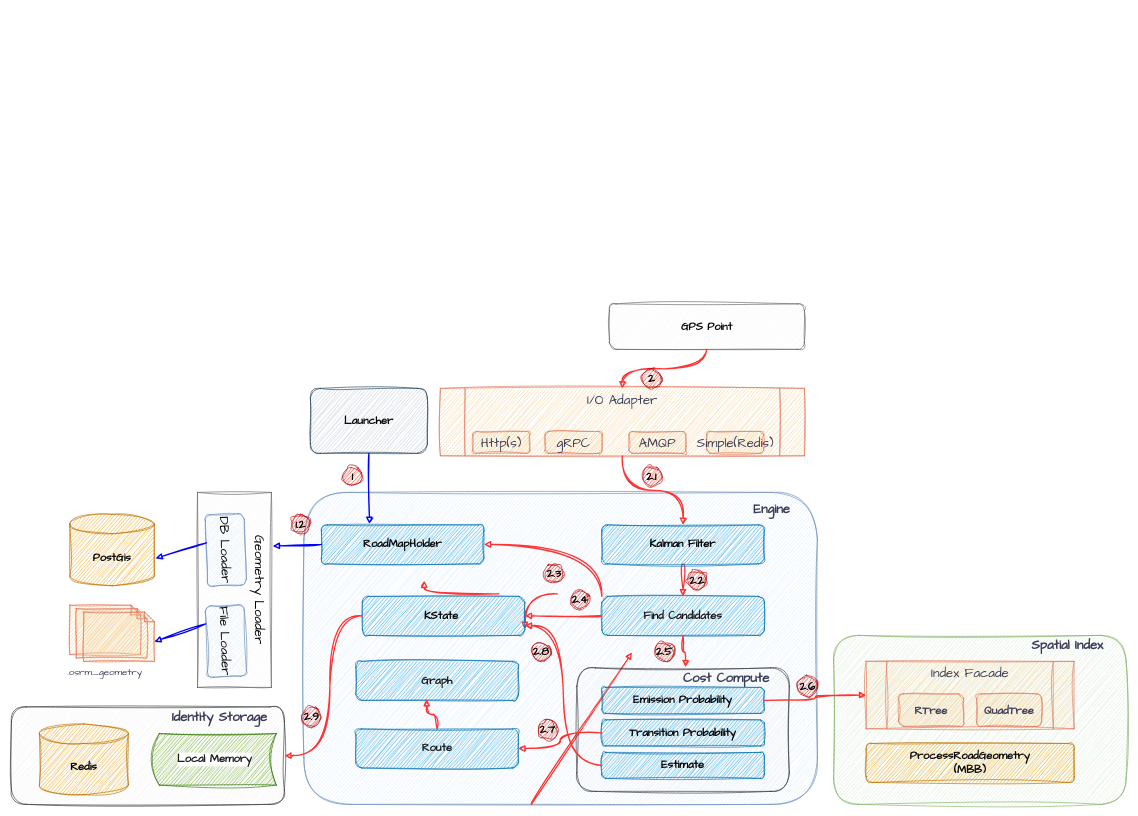
Above: page "map-tracing-design" (2 of 4) of MapTracer-Diagram.drawio in fenwuyaoji/learngit (draw.io), before the change. Source tidied: cells renumbered, new cells numbered last; positions are measured from the earlier drawing's top-left corner, leaving out a move shared by most shapes. Both pictures are drawn from the tidied source at 65%, with x=0, y=0 at pixel (11, 304).
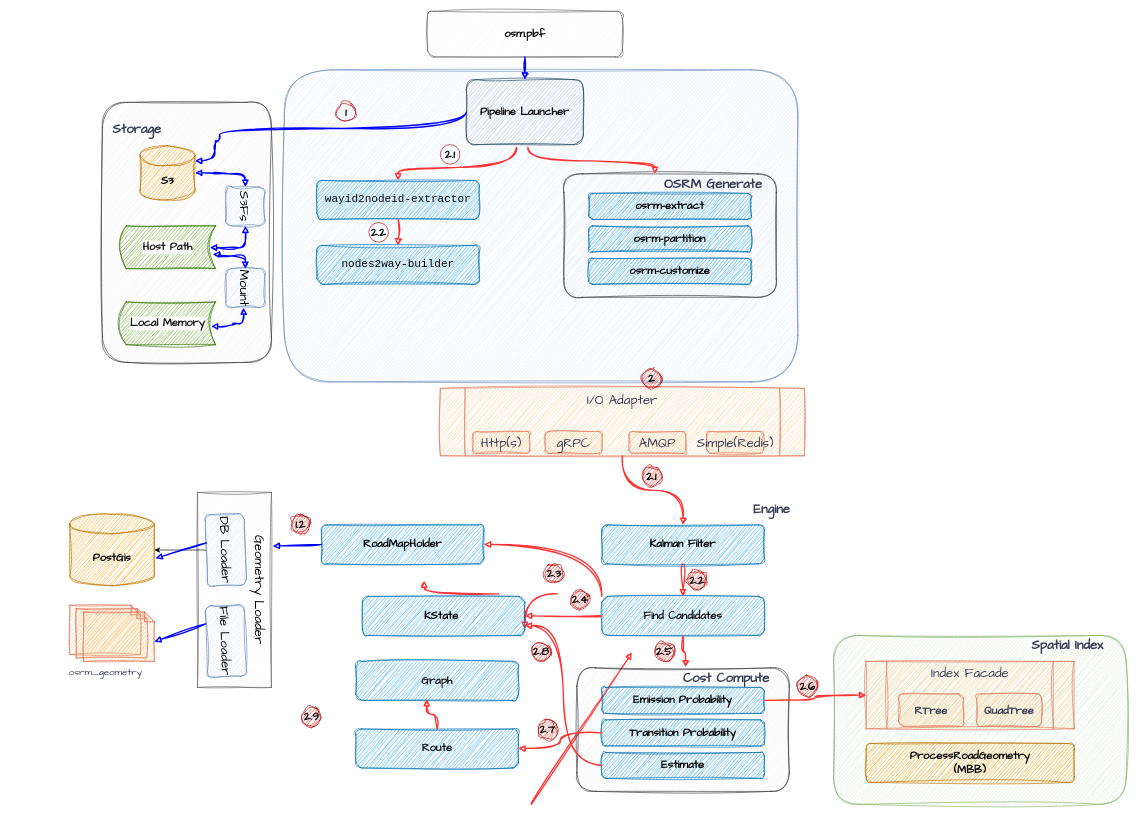
The same diagram, later.

The change refers to these unchanged cells:
```xml
<mxCell id="5" value="&lt;pre style=&quot;color: rgb(8, 8, 8); font-size: 17px;&quot;&gt;&lt;font style=&quot;font-size: 17px;&quot; face=&quot;Architects Daughter&quot;&gt;&lt;span style=&quot;font-size: 17px;&quot;&gt;RoadMapHolder&lt;/span&gt;&lt;/font&gt;&lt;/pre&gt;" style="rounded=1;whiteSpace=wrap;html=1;sketch=1;hachureGap=4;jiggle=2;curveFitting=1;strokeColor=#006EAF;fontFamily=Architects Daughter;fontSize=17;fontColor=#ffffff;fillColor=#1ba1e2;fontStyle=1;" parent="1" vertex="1">
  <mxGeometry x="477" y="340" width="250" height="60" as="geometry" />
</mxCell>
<mxCell id="18" value="I/O Adapter" style="shape=process;whiteSpace=wrap;html=1;backgroundOutline=1;sketch=1;hachureGap=4;jiggle=2;curveFitting=1;strokeColor=#E07A5F;fontFamily=Architects Daughter;fontSize=20;fontColor=#393C56;fillColor=#F2CC8F;verticalAlign=top;size=0.06779661016949153;" parent="17" vertex="1">
  <mxGeometry width="560" height="103.7" as="geometry" />
</mxCell>
<mxCell id="23" value="&lt;font style=&quot;font-size: 17px;&quot; face=&quot;Architects Daughter&quot;&gt;&lt;b&gt;PostGis&lt;/b&gt;&lt;/font&gt;" style="shape=cylinder3;whiteSpace=wrap;html=1;boundedLbl=1;backgroundOutline=1;size=15;sketch=1;curveFitting=1;jiggle=2;fillColor=#f0a30a;strokeColor=#BD7000;fontColor=#000000;" parent="1" vertex="1">
  <mxGeometry x="90" y="323.7" width="130" height="110" as="geometry" />
</mxCell>
<mxCell id="24" value="DB Loader" style="rounded=1;whiteSpace=wrap;html=1;sketch=1;hachureGap=4;jiggle=2;curveFitting=1;strokeColor=#6c8ebf;fontFamily=Architects Daughter;fontSize=20;fillColor=#dae8fc;horizontal=0;rotation=-182;" parent="1" vertex="1">
  <mxGeometry x="300" y="323.7" width="60" height="110" as="geometry" />
</mxCell>
<mxCell id="41" value="&lt;font color=&quot;#000000&quot;&gt;KState&amp;nbsp;&lt;/font&gt;" style="rounded=1;whiteSpace=wrap;html=1;sketch=1;hachureGap=4;jiggle=2;curveFitting=1;strokeColor=#006EAF;fontFamily=Architects Daughter;fontSize=17;fontColor=#ffffff;fillColor=#1ba1e2;fontStyle=1;" parent="1" vertex="1">
  <mxGeometry x="540" y="450" width="250" height="60" as="geometry" />
</mxCell>
```

The edit, as a diff of the source:
```diff
@@
+    <mxCell id="77" style="rounded=1;whiteSpace=wrap;html=1;sketch=1;curveFitting=1;jiggle=2;labelBackgroundColor=none;fillColor=#dae8fc;strokeColor=#6c8ebf;" parent="1" vertex="1">
+      <mxGeometry x="420" y="-360" width="790" height="480" as="geometry" />
+    </mxCell>
-    <mxCell id="2" value="&lt;div style=&quot;background-color: rgb(255, 255, 255); color: rgb(8, 8, 8); font-size: 17px;&quot;&gt;&lt;div style=&quot;font-size: 17px;&quot;&gt;GPS Point&lt;/div&gt;&lt;/div&gt;" style="rounded=1;whiteSpace=wrap;html=1;sketch=1;hachureGap=4;jiggle=2;curveFitting=1;fontFamily=Architects Daughter;fontSize=17;fontStyle=1;fillColor=#f5f5f5;fontColor=#333333;strokeColor=#666666;" parent="1" vertex="1">
-      <mxGeometry x="920" width="300" height="70" as="geometry" />
+    <mxCell id="2" value="&lt;div style=&quot;background-color: rgb(255, 255, 255); color: rgb(8, 8, 8); font-size: 17px;&quot;&gt;&lt;div style=&quot;font-size: 17px;&quot;&gt;osm.pbf&lt;/div&gt;&lt;/div&gt;" style="rounded=1;whiteSpace=wrap;html=1;sketch=1;hachureGap=4;jiggle=2;curveFitting=1;fontFamily=Architects Daughter;fontSize=17;fontStyle=1;fillColor=#f5f5f5;fontColor=#333333;strokeColor=#666666;" parent="1" vertex="1">
+      <mxGeometry x="640" y="-450" width="300" height="70" as="geometry" />
     </mxCell>
-    <mxCell id="3" style="rounded=1;whiteSpace=wrap;html=1;sketch=1;curveFitting=1;jiggle=2;labelBackgroundColor=none;fillColor=#dae8fc;strokeColor=#6c8ebf;" parent="1" vertex="1">
-      <mxGeometry x="450" y="290" width="790" height="480" as="geometry" />
-    </mxCell>
@@
-    <mxCell id="15" value="&lt;div style=&quot;color: rgb(8, 8, 8); font-size: 17px;&quot;&gt;&lt;div style=&quot;font-size: 17px;&quot;&gt;Launcher&lt;/div&gt;&lt;/div&gt;" style="rounded=1;whiteSpace=wrap;html=1;sketch=1;hachureGap=4;jiggle=2;curveFitting=1;strokeColor=#23445d;fontFamily=Architects Daughter;fontSize=17;fillColor=#bac8d3;fontStyle=1;" parent="1" vertex="1">
-      <mxGeometry x="460" y="130" width="180" height="100" as="geometry" />
+    <mxCell id="15" value="&lt;div style=&quot;color: rgb(8, 8, 8); font-size: 17px;&quot;&gt;&lt;div style=&quot;font-size: 17px;&quot;&gt;Pipeline Launcher&lt;/div&gt;&lt;/div&gt;" style="rounded=1;whiteSpace=wrap;html=1;sketch=1;hachureGap=4;jiggle=2;curveFitting=1;strokeColor=#23445d;fontFamily=Architects Daughter;fontSize=17;fillColor=#bac8d3;fontStyle=1;" parent="1" vertex="1">
+      <mxGeometry x="700" y="-345" width="180" height="100" as="geometry" />
     </mxCell>
@@
+    <mxCell id="78" style="edgeStyle=orthogonalEdgeStyle;rounded=0;jettySize=auto;html=1;" parent="1" edge="1" source="24" target="23">
+      <mxGeometry relative="1" as="geometry" />
+    </mxCell>
@@
-    <mxCell id="28" style="endArrow=block;html=1;rounded=1;strokeWidth=2;sketch=1;curveFitting=1;jiggle=2;labelBackgroundColor=none;strokeColor=#0000FF;fontColor=default;endFill=1;exitX=0.5;exitY=1;exitDx=0;exitDy=0;entryX=0.296;entryY=-0.025;entryDx=0;entryDy=0;entryPerimeter=0;" parent="1" edge="1" source="15" target="5">
-      <mxGeometry relative="1" as="geometry" />
-    </mxCell>
-    <mxCell id="29" value="&lt;font face=&quot;Architects Daughter&quot;&gt;1&lt;/font&gt;" style="ellipse;whiteSpace=wrap;html=1;sketch=1;curveFitting=1;jiggle=2;fillColor=#e51400;fontColor=#000000;strokeColor=#B20000;fontStyle=1;fontSize=18;" parent="1" vertex="1">
-      <mxGeometry x="510" y="250.2" width="30" height="30" as="geometry" />
+    <mxCell id="29" value="&lt;font face=&quot;Architects Daughter&quot;&gt;1&lt;/font&gt;" style="ellipse;whiteSpace=wrap;html=1;sketch=1;curveFitting=1;jiggle=2;fillColor=none;fontColor=#000000;strokeColor=#B20000;fontStyle=1;fontSize=18;" parent="1" vertex="1">
+      <mxGeometry x="500" y="-310" width="30" height="30" as="geometry" />
     </mxCell>
-    <mxCell id="30" style="endArrow=block;html=1;rounded=1;strokeWidth=2;sketch=1;curveFitting=1;jiggle=2;labelBackgroundColor=none;strokeColor=#FF3333;fontColor=default;endFill=1;edgeStyle=orthogonalEdgeStyle;curved=1;exitX=0.5;exitY=1;exitDx=0;exitDy=0;" parent="1" edge="1" source="2" target="18">
-      <mxGeometry relative="1" as="geometry" />
-    </mxCell>
@@
     <mxCell id="45" style="group;" parent="1" vertex="1">
-      <mxGeometry y="620" width="420" height="150" as="geometry" />
+      <mxGeometry x="140" y="-310" width="260" height="400" as="geometry" />
     </mxCell>
     <mxCell id="46" style="rounded=1;whiteSpace=wrap;html=1;sketch=1;curveFitting=1;jiggle=2;labelBackgroundColor=none;fillColor=#eeeeee;strokeColor=#36393d;" parent="45" vertex="1">
-      <mxGeometry width="420" height="150" as="geometry" />
+      <mxGeometry width="260" height="400" as="geometry" />
     </mxCell>
+    <mxCell id="79" value="Host Path" style="shape=dataStorage;whiteSpace=wrap;html=1;fixedSize=1;sketch=1;hachureGap=4;jiggle=2;curveFitting=1;strokeColor=#2D7600;fontFamily=Architects Daughter;fontSize=17;fontColor=#1A1A1A;fillColor=#60a917;fontStyle=1;labelBackgroundColor=default;size=10;" parent="45" vertex="1">
+      <mxGeometry x="26.7" y="190" width="147.3" height="65.8" as="geometry" />
+    </mxCell>
-    <mxCell id="47" value="&lt;b&gt;Identity Storage&lt;/b&gt;" style="text;html=1;strokeColor=none;fillColor=none;align=center;verticalAlign=middle;whiteSpace=wrap;rounded=0;fontSize=20;fontFamily=Architects Daughter;fontColor=#393C56;" parent="45" vertex="1">
-      <mxGeometry x="234.2" width="173.4" height="29.7" as="geometry" />
+    <mxCell id="47" value="&lt;b&gt;Storage&lt;/b&gt;" style="text;html=1;strokeColor=none;fillColor=none;align=center;verticalAlign=middle;whiteSpace=wrap;rounded=0;fontSize=20;fontFamily=Architects Daughter;fontColor=#393C56;" parent="45" vertex="1">
+      <mxGeometry width="107.4" height="79.2" as="geometry" />
     </mxCell>
-    <mxCell id="48" value="&lt;font style=&quot;font-size: 17px;&quot; face=&quot;Architects Daughter&quot;&gt;&lt;b&gt;Redis&lt;/b&gt;&lt;/font&gt;" style="shape=cylinder3;whiteSpace=wrap;html=1;boundedLbl=1;backgroundOutline=1;size=15;sketch=1;curveFitting=1;jiggle=2;fillColor=#f0a30a;strokeColor=#BD7000;fontColor=#000000;" parent="45" vertex="1">
-      <mxGeometry x="43.2" y="26.3" width="136.8" height="108.8" as="geometry" />
+    <mxCell id="48" value="&lt;font style=&quot;font-size: 17px;&quot; face=&quot;Architects Daughter&quot;&gt;&lt;b&gt;S3&lt;/b&gt;&lt;/font&gt;" style="shape=cylinder3;whiteSpace=wrap;html=1;boundedLbl=1;backgroundOutline=1;size=15;sketch=1;curveFitting=1;jiggle=2;fillColor=#f0a30a;strokeColor=#BD7000;fontColor=#000000;" parent="45" vertex="1">
+      <mxGeometry x="58" y="66.7" width="84.7" height="83.3" as="geometry" />
     </mxCell>
     <mxCell id="49" value="Local Memory" style="shape=dataStorage;whiteSpace=wrap;html=1;fixedSize=1;sketch=1;hachureGap=4;jiggle=2;curveFitting=1;strokeColor=#2D7600;fontFamily=Architects Daughter;fontSize=17;fontColor=#1A1A1A;fillColor=#60a917;fontStyle=1;labelBackgroundColor=default;size=10;" parent="45" vertex="1">
-      <mxGeometry x="217.6" y="41.1" width="190" height="79.3" as="geometry" />
+      <mxGeometry x="26.7" y="307" width="147.3" height="65.8" as="geometry" />
     </mxCell>
+    <mxCell id="80" value="S3Fs" style="rounded=1;whiteSpace=wrap;html=1;sketch=1;hachureGap=4;jiggle=2;curveFitting=1;strokeColor=#6c8ebf;fontFamily=Architects Daughter;fontSize=20;fillColor=#dae8fc;horizontal=0;rotation=-180;" parent="45" vertex="1">
+      <mxGeometry x="190" y="130" width="60" height="60" as="geometry" />
+    </mxCell>
+    <mxCell id="81" style="endArrow=block;html=1;rounded=1;strokeWidth=2;sketch=1;curveFitting=1;jiggle=2;labelBackgroundColor=none;strokeColor=#0000ff;fontColor=default;endFill=1;edgeStyle=orthogonalEdgeStyle;curved=1;exitX=1;exitY=0.5;exitDx=0;exitDy=0;exitPerimeter=0;anchorPointDirection=1;startArrow=block;startFill=1;entryX=0.5;entryY=1;entryDx=0;entryDy=0;" parent="45" edge="1" source="48" target="80">
+      <mxGeometry relative="1" as="geometry">
+        <Array as="points">
+          <mxPoint x="170" y="108" />
+          <mxPoint x="170" y="110" />
+          <mxPoint x="220" y="110" />
+        </Array>
+      </mxGeometry>
+    </mxCell>
+    <mxCell id="82" style="endArrow=block;html=1;rounded=1;strokeWidth=2;sketch=1;curveFitting=1;jiggle=2;labelBackgroundColor=none;strokeColor=#0000ff;fontColor=default;endFill=1;edgeStyle=orthogonalEdgeStyle;curved=1;exitX=0.942;exitY=0.509;exitDx=0;exitDy=0;exitPerimeter=0;anchorPointDirection=1;startArrow=block;startFill=1;entryX=0.5;entryY=0;entryDx=0;entryDy=0;" parent="45" edge="1" source="79" target="80">
+      <mxGeometry relative="1" as="geometry">
+        <Array as="points">
+          <mxPoint x="200" y="224" />
+          <mxPoint x="220" y="224" />
+        </Array>
+      </mxGeometry>
+    </mxCell>
+    <mxCell id="83" style="endArrow=block;html=1;rounded=1;strokeWidth=2;sketch=1;curveFitting=1;jiggle=2;labelBackgroundColor=none;strokeColor=#0000ff;fontColor=default;endFill=1;edgeStyle=orthogonalEdgeStyle;curved=1;exitX=0;exitY=0.5;exitDx=0;exitDy=0;" parent="45" edge="1" source="15">
+      <mxGeometry relative="1" as="geometry">
+        <mxPoint x="142.7" y="90" as="targetPoint" />
+        <Array as="points">
+          <mxPoint x="560" y="40" />
+          <mxPoint x="180" y="40" />
+          <mxPoint x="180" y="60" />
+          <mxPoint x="173" y="60" />
+          <mxPoint x="173" y="90" />
+        </Array>
+      </mxGeometry>
+    </mxCell>
+    <mxCell id="84" value="Mount" style="rounded=1;whiteSpace=wrap;html=1;sketch=1;hachureGap=4;jiggle=2;curveFitting=1;strokeColor=#6c8ebf;fontFamily=Architects Daughter;fontSize=20;fillColor=#dae8fc;horizontal=0;rotation=-180;" parent="45" vertex="1">
+      <mxGeometry x="190" y="255.8" width="60" height="60" as="geometry" />
+    </mxCell>
+    <mxCell id="85" style="endArrow=block;html=1;rounded=1;strokeWidth=2;sketch=1;curveFitting=1;jiggle=2;labelBackgroundColor=none;strokeColor=#0000ff;fontColor=default;endFill=1;edgeStyle=orthogonalEdgeStyle;curved=1;exitX=1;exitY=0.5;exitDx=0;exitDy=0;exitPerimeter=0;anchorPointDirection=1;startArrow=block;startFill=1;entryX=0.5;entryY=1;entryDx=0;entryDy=0;" parent="45" edge="1" target="84">
+      <mxGeometry relative="1" as="geometry">
+        <mxPoint x="170" y="233.8" as="sourcePoint" />
+        <Array as="points">
+          <mxPoint x="180" y="234" />
+          <mxPoint x="180" y="236" />
+          <mxPoint x="220" y="236" />
+        </Array>
+      </mxGeometry>
+    </mxCell>
+    <mxCell id="86" style="endArrow=block;html=1;rounded=1;strokeWidth=2;sketch=1;curveFitting=1;jiggle=2;labelBackgroundColor=none;strokeColor=#0000ff;fontColor=default;endFill=1;edgeStyle=orthogonalEdgeStyle;curved=1;anchorPointDirection=1;startArrow=block;startFill=1;entryX=0.543;entryY=-0.031;entryDx=0;entryDy=0;entryPerimeter=0;exitX=0.954;exitY=0.574;exitDx=0;exitDy=0;exitPerimeter=0;" parent="45" edge="1" source="49">
+      <mxGeometry relative="1" as="geometry">
+        <mxPoint x="217.4" y="315.8" as="targetPoint" />
+        <Array as="points">
+          <mxPoint x="200" y="345" />
+          <mxPoint x="200" y="340" />
+          <mxPoint x="217" y="340" />
+        </Array>
+      </mxGeometry>
+    </mxCell>
@@
-    <mxCell id="56" style="endArrow=block;html=1;rounded=1;strokeWidth=2;sketch=1;curveFitting=1;jiggle=2;labelBackgroundColor=none;strokeColor=#FF3333;fontColor=default;endFill=1;edgeStyle=orthogonalEdgeStyle;curved=1;exitX=0;exitY=0.5;exitDx=0;exitDy=0;entryX=1;entryY=0.5;entryDx=0;entryDy=0;" parent="1" edge="1" source="41" target="46">
-      <mxGeometry relative="1" as="geometry">
-        <Array as="points">
-          <mxPoint x="490" y="480" />
-          <mxPoint x="490" y="695" />
-        </Array>
-      </mxGeometry>
-    </mxCell>
@@
+    <mxCell id="87" style="endArrow=block;html=1;rounded=1;strokeWidth=2;sketch=1;curveFitting=1;jiggle=2;labelBackgroundColor=none;strokeColor=#0000FF;fontColor=default;endFill=1;entryX=0.5;entryY=0;entryDx=0;entryDy=0;" parent="1" edge="1" source="2" target="15">
+      <mxGeometry relative="1" as="geometry" />
+    </mxCell>
+    <mxCell id="88" value="&lt;pre style=&quot;color: rgb(8, 8, 8); font-size: 17px;&quot;&gt;&lt;span style=&quot;font-weight: normal;&quot;&gt;wayid2nodeid-extractor&lt;/span&gt;&lt;br&gt;&lt;/pre&gt;" style="rounded=1;whiteSpace=wrap;html=1;sketch=1;hachureGap=4;jiggle=2;curveFitting=1;strokeColor=#006EAF;fontFamily=Architects Daughter;fontSize=17;fontColor=#ffffff;fillColor=#1ba1e2;fontStyle=1;" parent="1" vertex="1">
+      <mxGeometry x="470" y="-190" width="250" height="60" as="geometry" />
+    </mxCell>
+    <mxCell id="89" value="&lt;pre style=&quot;color: rgb(8, 8, 8); font-size: 17px;&quot;&gt;&lt;span style=&quot;font-weight: normal;&quot;&gt;nodes2way-builder&lt;/span&gt;&lt;br&gt;&lt;/pre&gt;" style="rounded=1;whiteSpace=wrap;html=1;sketch=1;hachureGap=4;jiggle=2;curveFitting=1;strokeColor=#006EAF;fontFamily=Architects Daughter;fontSize=17;fontColor=#ffffff;fillColor=#1ba1e2;fontStyle=1;" parent="1" vertex="1">
+      <mxGeometry x="470" y="-90" width="250" height="60" as="geometry" />
+    </mxCell>
+    <mxCell id="90" style="group;" parent="1" vertex="1">
+      <mxGeometry x="850" y="-180" width="326.8" height="170" as="geometry" />
+    </mxCell>
+    <mxCell id="91" style="rounded=1;whiteSpace=wrap;html=1;sketch=1;curveFitting=1;jiggle=2;labelBackgroundColor=none;fillColor=#eeeeee;strokeColor=#36393d;" parent="90" vertex="1">
+      <mxGeometry y="-20" width="326.8" height="190" as="geometry" />
+    </mxCell>
+    <mxCell id="92" value="&lt;font color=&quot;#050000&quot;&gt;osrm-extract&lt;/font&gt;" style="rounded=1;whiteSpace=wrap;html=1;sketch=1;hachureGap=4;jiggle=2;curveFitting=1;strokeColor=#006EAF;fontFamily=Architects Daughter;fontSize=17;fontColor=#ffffff;fillColor=#1ba1e2;fontStyle=1;" parent="90" vertex="1">
+      <mxGeometry x="38.4" y="10" width="250" height="40" as="geometry" />
+    </mxCell>
+    <mxCell id="93" value="&lt;font color=&quot;#000000&quot;&gt;osrm-partition&lt;/font&gt;" style="rounded=1;whiteSpace=wrap;html=1;sketch=1;hachureGap=4;jiggle=2;curveFitting=1;strokeColor=#006EAF;fontFamily=Architects Daughter;fontSize=17;fontColor=#ffffff;fillColor=#1ba1e2;fontStyle=1;" parent="90" vertex="1">
+      <mxGeometry x="38.4" y="60" width="250" height="40" as="geometry" />
+    </mxCell>
+    <mxCell id="94" value="&lt;font color=&quot;#000000&quot;&gt;osrm-customize&lt;/font&gt;" style="rounded=1;whiteSpace=wrap;html=1;sketch=1;hachureGap=4;jiggle=2;curveFitting=1;strokeColor=#006EAF;fontFamily=Architects Daughter;fontSize=17;fontColor=#ffffff;fillColor=#1ba1e2;fontStyle=1;" parent="90" vertex="1">
+      <mxGeometry x="38.4" y="110" width="250" height="40" as="geometry" />
+    </mxCell>
+    <mxCell id="95" value="&lt;b&gt;OSRM Generate&lt;/b&gt;" style="text;html=1;strokeColor=none;fillColor=none;align=center;verticalAlign=middle;whiteSpace=wrap;rounded=0;fontSize=20;fontFamily=Architects Daughter;fontColor=#393C56;" parent="1" vertex="1">
+      <mxGeometry x="990" y="-200" width="180" height="30" as="geometry" />
+    </mxCell>
+    <mxCell id="96" value="&lt;font face=&quot;Architects Daughter&quot;&gt;2.1&lt;/font&gt;" style="ellipse;whiteSpace=wrap;html=1;fillColor=none;fontColor=#000000;strokeColor=#B20000;fontStyle=1;fontSize=18;" parent="1" vertex="1">
+      <mxGeometry x="660" y="-245" width="30" height="30" as="geometry" />
+    </mxCell>
+    <mxCell id="97" value="&lt;font face=&quot;Architects Daughter&quot;&gt;2.2&lt;/font&gt;" style="ellipse;whiteSpace=wrap;html=1;fillColor=none;fontColor=#000000;strokeColor=#B20000;fontStyle=1;fontSize=18;" parent="1" vertex="1">
+      <mxGeometry x="550" y="-125" width="30" height="30" as="geometry" />
+    </mxCell>
+    <mxCell id="98" style="endArrow=block;html=1;rounded=1;strokeWidth=2;sketch=1;curveFitting=1;jiggle=2;labelBackgroundColor=none;strokeColor=#FF3333;fontColor=default;endFill=1;edgeStyle=orthogonalEdgeStyle;curved=1;exitX=0.428;exitY=1.04;exitDx=0;exitDy=0;exitPerimeter=0;entryX=0.5;entryY=0;entryDx=0;entryDy=0;" parent="1" edge="1" source="15" target="88">
+      <mxGeometry relative="1" as="geometry">
+        <Array as="points">
+          <mxPoint x="777" y="-210" />
+          <mxPoint x="595" y="-210" />
+        </Array>
+      </mxGeometry>
+    </mxCell>
+    <mxCell id="99" style="endArrow=block;html=1;rounded=1;strokeWidth=2;sketch=1;curveFitting=1;jiggle=2;labelBackgroundColor=none;strokeColor=#FF3333;fontColor=default;endFill=1;edgeStyle=orthogonalEdgeStyle;curved=1;entryX=0;entryY=0;entryDx=0;entryDy=0;exitX=0.526;exitY=1.038;exitDx=0;exitDy=0;exitPerimeter=0;" parent="1" edge="1" source="15" target="95">
+      <mxGeometry relative="1" as="geometry">
+        <Array as="points">
+          <mxPoint x="795" y="-220" />
+          <mxPoint x="990" y="-220" />
+        </Array>
+      </mxGeometry>
+    </mxCell>
+    <mxCell id="100" style="endArrow=block;html=1;rounded=1;strokeWidth=2;sketch=1;curveFitting=1;jiggle=2;labelBackgroundColor=none;strokeColor=#FF3333;fontColor=default;endFill=1;edgeStyle=orthogonalEdgeStyle;curved=1;exitX=0.5;exitY=1;exitDx=0;exitDy=0;entryX=0.5;entryY=0;entryDx=0;entryDy=0;" parent="1" edge="1" source="88" target="89">
+      <mxGeometry relative="1" as="geometry">
+        <Array as="points">
+          <mxPoint x="595" y="-110" />
+          <mxPoint x="595" y="-110" />
+        </Array>
+      </mxGeometry>
+    </mxCell>
```
